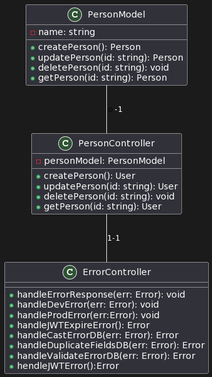
AirZED/HNGX keeps this PlantUML diagram as task-two/uml/user-diagram.png. Above is the earlier version.
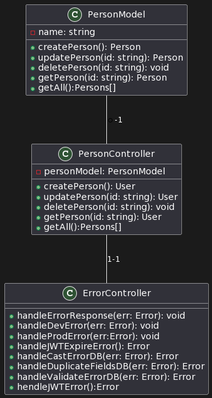
After the commit.

The edit, as a diff of the source:
```diff
@@ -5,6 +5,7 @@
   + updatePerson(id: string): Person
   + deletePerson(id: string): void
   + getPerson(id: string): Person
+  + getAll():Persons[]
 }
 
 class PersonController {
@@ -13,6 +14,7 @@
   + updatePerson(id: string): User
   + deletePerson(id: string): void
   + getPerson(id: string): User
+  + getAll():Persons[]
 }
 
 class ErrorController {
```
